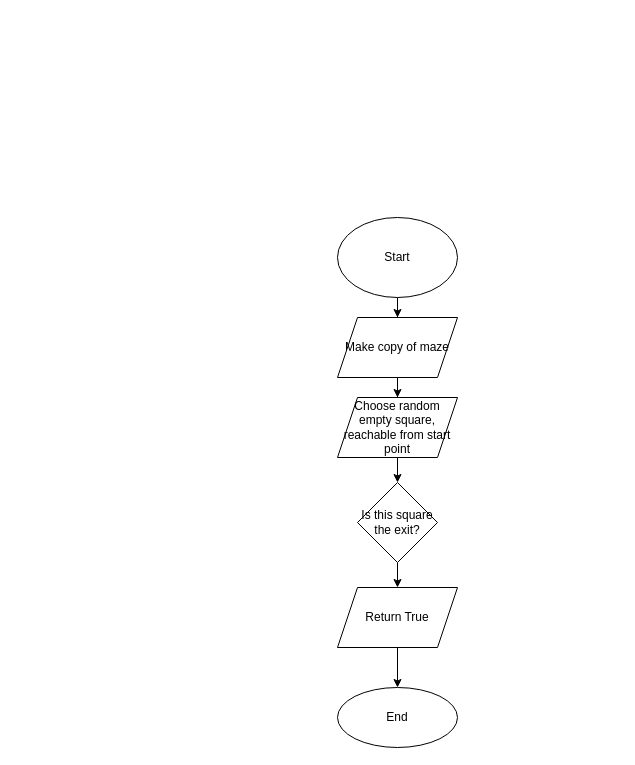
Above: PathFinder 1.drawio in stanbennard/MazeProject2021 (draw.io), before the change. Source tidied: cells renumbered, new cells numbered last; positions are measured from the earlier drawing's top-left corner, leaving out a move shared by most shapes. Both pictures are drawn from the tidied source at 100%, with x=0, y=0 at pixel (337, 217).
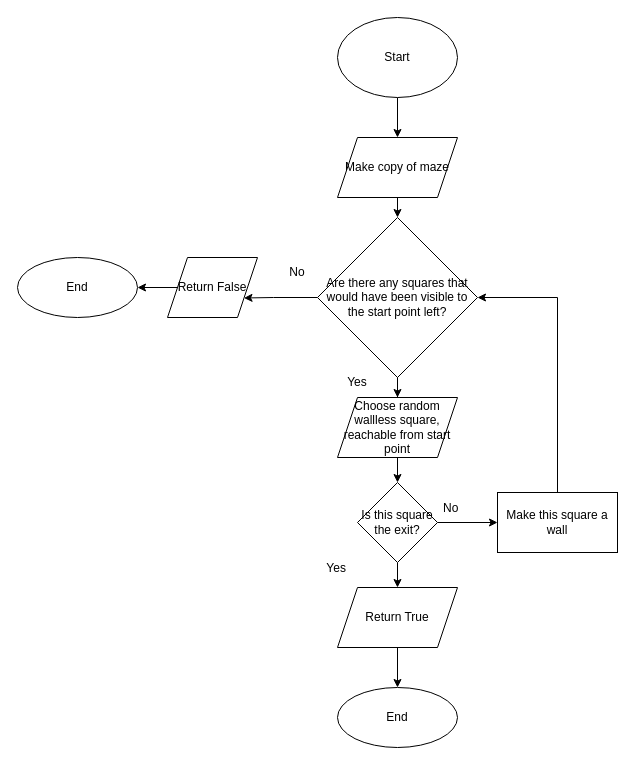
Above is the later version.

Unchanged cells that the change refers to:
```xml
<mxCell id="9" value="Is this square the exit?" style="rhombus;whiteSpace=wrap;html=1;" parent="1" vertex="1">
  <mxGeometry x="20" y="265" width="80" height="80" as="geometry" />
</mxCell>
```

The edit, as a diff of the source:
```diff
@@
-    <mxCell id="2" style="edgeStyle=orthogonalEdgeStyle;rounded=0;jettySize=auto;html=1;" parent="1" edge="1" source="3" target="5">
+    <mxCell id="2" style="edgeStyle=orthogonalEdgeStyle;rounded=0;jettySize=auto;html=1;entryX=0.5;entryY=0;entryDx=0;entryDy=0;" parent="1" edge="1" source="3" target="5">
       <mxGeometry relative="1" as="geometry" />
     </mxCell>
     <mxCell id="3" value="Start" style="ellipse;whiteSpace=wrap;html=1;" parent="1" vertex="1">
-      <mxGeometry width="120" height="80" as="geometry" />
+      <mxGeometry y="-200" width="120" height="80" as="geometry" />
     </mxCell>
-    <mxCell id="4" style="edgeStyle=orthogonalEdgeStyle;rounded=0;jettySize=auto;html=1;" parent="1" edge="1" source="5" target="7">
-      <mxGeometry relative="1" as="geometry" />
-    </mxCell>
+    <mxCell id="13" style="edgeStyle=orthogonalEdgeStyle;rounded=0;jettySize=auto;html=1;exitX=0.5;exitY=1;exitDx=0;exitDy=0;entryX=0.5;entryY=0;entryDx=0;entryDy=0;" parent="1" edge="1" source="5" target="21">
+      <mxGeometry relative="1" as="geometry" />
+    </mxCell>
     <mxCell id="5" value="Make copy of maze" style="shape=parallelogram;perimeter=parallelogramPerimeter;whiteSpace=wrap;html=1;fixedSize=1;" parent="1" vertex="1">
-      <mxGeometry y="100" width="120" height="60" as="geometry" />
+      <mxGeometry y="-80" width="120" height="60" as="geometry" />
     </mxCell>
@@
-    <mxCell id="7" value="Choose random empty square, reachable from start point" style="shape=parallelogram;perimeter=parallelogramPerimeter;whiteSpace=wrap;html=1;fixedSize=1;" parent="1" vertex="1">
+    <mxCell id="7" value="Choose random wallless square, reachable from start point" style="shape=parallelogram;perimeter=parallelogramPerimeter;whiteSpace=wrap;html=1;fixedSize=1;" parent="1" vertex="1">
       <mxGeometry y="180" width="120" height="60" as="geometry" />
     </mxCell>
@@
+    <mxCell id="14" style="edgeStyle=orthogonalEdgeStyle;rounded=0;jettySize=auto;html=1;" parent="1" edge="1" source="9" target="15">
+      <mxGeometry relative="1" as="geometry" />
+    </mxCell>
@@
+    <mxCell id="15" value="Make this square a wall" style="whiteSpace=wrap;html=1;" parent="1" vertex="1">
+      <mxGeometry x="160" y="275" width="120" height="60" as="geometry" />
+    </mxCell>
+    <mxCell id="16" style="edgeStyle=orthogonalEdgeStyle;rounded=0;jettySize=auto;html=1;exitX=0.5;exitY=0;exitDx=0;exitDy=0;entryX=1;entryY=0.5;entryDx=0;entryDy=0;" parent="1" edge="1" source="15" target="21">
+      <mxGeometry relative="1" as="geometry">
+        <Array as="points">
+          <mxPoint x="220" y="80" />
+        </Array>
+      </mxGeometry>
+    </mxCell>
+    <mxCell id="17" value=" Yes" style="text;strokeColor=none;fillColor=none;align=left;verticalAlign=middle;spacingLeft=4;spacingRight=4;overflow=hidden;" parent="1" vertex="1">
+      <mxGeometry x="-20" y="335" width="80" height="30" as="geometry" />
+    </mxCell>
+    <mxCell id="18" value="No" style="text;strokeColor=none;fillColor=none;align=left;verticalAlign=middle;spacingLeft=4;spacingRight=4;overflow=hidden;" parent="1" vertex="1">
+      <mxGeometry x="100" y="275" width="80" height="30" as="geometry" />
+    </mxCell>
+    <mxCell id="19" style="edgeStyle=orthogonalEdgeStyle;rounded=0;jettySize=auto;html=1;entryX=0.5;entryY=0;entryDx=0;entryDy=0;" parent="1" edge="1" source="21" target="7">
+      <mxGeometry relative="1" as="geometry" />
+    </mxCell>
+    <mxCell id="20" style="edgeStyle=orthogonalEdgeStyle;rounded=0;jettySize=auto;html=1;exitX=0;exitY=0.5;exitDx=0;exitDy=0;entryX=1;entryY=0.75;entryDx=0;entryDy=0;" parent="1" edge="1" source="21" target="26">
+      <mxGeometry relative="1" as="geometry">
+        <Array as="points">
+          <mxPoint x="-64" y="80" />
+        </Array>
+      </mxGeometry>
+    </mxCell>
+    <mxCell id="21" value="Are there any squares that would have been visible to the start point left?" style="rhombus;whiteSpace=wrap;html=1;" parent="1" vertex="1">
+      <mxGeometry x="-20" width="160" height="160" as="geometry" />
+    </mxCell>
+    <mxCell id="22" value="Yes" style="text;html=1;strokeColor=none;fillColor=none;align=center;verticalAlign=middle;whiteSpace=wrap;rounded=0;" parent="1" vertex="1">
+      <mxGeometry x="-10" y="150" width="60" height="30" as="geometry" />
+    </mxCell>
+    <mxCell id="23" value="No" style="text;html=1;strokeColor=none;fillColor=none;align=center;verticalAlign=middle;whiteSpace=wrap;rounded=0;" parent="1" vertex="1">
+      <mxGeometry x="-70" y="40" width="60" height="30" as="geometry" />
+    </mxCell>
+    <mxCell id="24" value="End" style="ellipse;whiteSpace=wrap;html=1;" parent="1" vertex="1">
+      <mxGeometry x="-320" y="40" width="120" height="60" as="geometry" />
+    </mxCell>
+    <mxCell id="25" style="edgeStyle=orthogonalEdgeStyle;rounded=0;jettySize=auto;html=1;" parent="1" edge="1" source="26" target="24">
+      <mxGeometry relative="1" as="geometry" />
+    </mxCell>
+    <mxCell id="26" value="Return False" style="shape=parallelogram;perimeter=parallelogramPerimeter;whiteSpace=wrap;html=1;fixedSize=1;" parent="1" vertex="1">
+      <mxGeometry x="-170" y="40" width="90" height="60" as="geometry" />
+    </mxCell>
```
